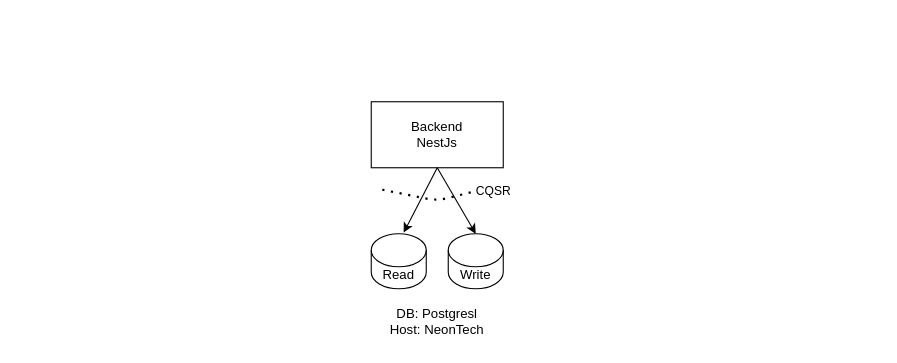
Before: arquitectura.drawio in iam-oov/poc-inventory-s, a draw.io diagram. Source tidied: cells renumbered, new cells numbered last; positions are measured from the earlier drawing's top-left corner, leaving out a move shared by most shapes. Both pictures are drawn from the tidied source at 110%, with x=0, y=0 at pixel (371, 101).
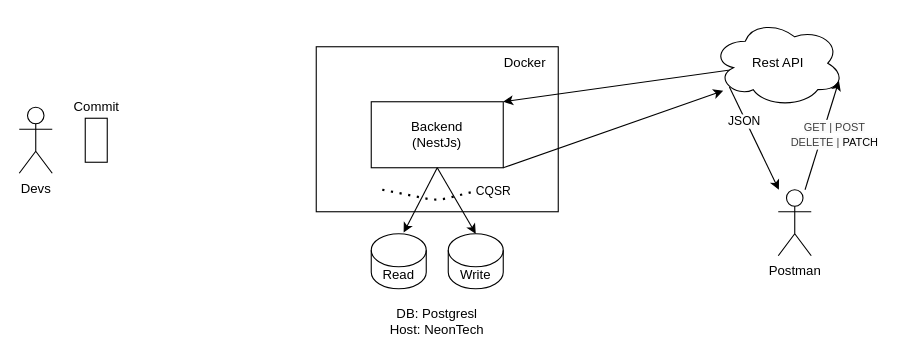
Above is the later version.

Change to the diagram source:
```diff
@@
+    <mxCell id="10" style="rounded=0;whiteSpace=wrap;html=1;" parent="1" vertex="1">
+      <mxGeometry x="-50" y="-50" width="220" height="150" as="geometry" />
+    </mxCell>
@@
-    <mxCell id="4" value="Backend&lt;br&gt;NestJs" style="rounded=0;whiteSpace=wrap;html=1;" parent="1" vertex="1">
+    <mxCell id="4" value="Backend&lt;br&gt;(NestJs)" style="rounded=0;whiteSpace=wrap;html=1;" parent="1" vertex="1">
       <mxGeometry width="120" height="60" as="geometry" />
     </mxCell>
@@
+    <mxCell id="11" value="Docker" style="text;html=1;align=center;verticalAlign=middle;whiteSpace=wrap;rounded=0;" parent="1" vertex="1">
+      <mxGeometry x="110" y="-50" width="60" height="30" as="geometry" />
+    </mxCell>
+    <mxCell id="12" style="edgeStyle=none;html=1;exitX=0.5;exitY=0.5;exitDx=0;exitDy=0;exitPerimeter=0;entryX=1;entryY=0;entryDx=0;entryDy=0;" parent="1" edge="1" source="15" target="4">
+      <mxGeometry relative="1" as="geometry" />
+    </mxCell>
+    <mxCell id="13" style="edgeStyle=none;html=1;exitX=0.13;exitY=0.77;exitDx=0;exitDy=0;exitPerimeter=0;" parent="1" edge="1" source="15" target="16">
+      <mxGeometry relative="1" as="geometry" />
+    </mxCell>
+    <mxCell id="14" value="JSON" style="edgeLabel;html=1;align=center;verticalAlign=middle;" parent="13" vertex="1">
+      <mxGeometry x="-0.37" y="-2" relative="1" as="geometry" />
+    </mxCell>
+    <mxCell id="15" value="Rest API" style="ellipse;shape=cloud;whiteSpace=wrap;html=1;" parent="1" vertex="1">
+      <mxGeometry x="310" y="-75" width="120" height="80" as="geometry" />
+    </mxCell>
+    <mxCell id="16" value="Postman" style="shape=umlActor;verticalLabelPosition=bottom;verticalAlign=top;html=1;outlineConnect=0;" parent="1" vertex="1">
+      <mxGeometry x="370" y="80" width="30" height="60" as="geometry" />
+    </mxCell>
+    <mxCell id="17" style="edgeStyle=none;html=1;entryX=0.96;entryY=0.7;entryDx=0;entryDy=0;entryPerimeter=0;" parent="1" edge="1" source="16" target="15">
+      <mxGeometry relative="1" as="geometry" />
+    </mxCell>
+    <mxCell id="18" value="&lt;span style=&quot;color: rgb(63, 63, 63); font-size: 10px; background-color: rgb(251, 251, 251);&quot;&gt;GET | POST&lt;/span&gt;&lt;br style=&quot;color: rgb(63, 63, 63); font-size: 10px; background-color: rgb(251, 251, 251);&quot;&gt;&lt;span style=&quot;color: rgb(63, 63, 63); font-size: 10px; background-color: rgb(251, 251, 251);&quot;&gt;DELETE |&lt;/span&gt;&lt;span style=&quot;background-color: light-dark(rgb(251, 251, 251), rgb(251, 251, 251)); font-size: 10px;&quot;&gt;&amp;nbsp;PATCH&lt;/span&gt;" style="edgeLabel;html=1;align=center;verticalAlign=middle;" parent="17" vertex="1">
+      <mxGeometry x="-0.04" relative="1" as="geometry">
+        <mxPoint x="11" y="-3" as="offset" />
+      </mxGeometry>
+    </mxCell>
+    <mxCell id="19" style="edgeStyle=none;html=1;exitX=1;exitY=1;exitDx=0;exitDy=0;" parent="1" edge="1" source="4">
+      <mxGeometry relative="1" as="geometry">
+        <mxPoint x="320" y="-10" as="targetPoint" />
+      </mxGeometry>
+    </mxCell>
+    <mxCell id="20" value="Devs" style="shape=umlActor;verticalLabelPosition=bottom;verticalAlign=top;html=1;" parent="1" vertex="1">
+      <mxGeometry x="-320" y="5" width="30" height="60" as="geometry" />
+    </mxCell>
+    <mxCell id="21" style="rounded=0;whiteSpace=wrap;html=1;" parent="1" vertex="1">
+      <mxGeometry x="-260" y="15" width="20" height="40" as="geometry" />
+    </mxCell>
+    <mxCell id="22" value="Commit" style="text;html=1;align=center;verticalAlign=middle;strokeColor=none;fillColor=none;" parent="1" vertex="1">
+      <mxGeometry x="-280" y="-10" width="60" height="30" as="geometry" />
+    </mxCell>
```
